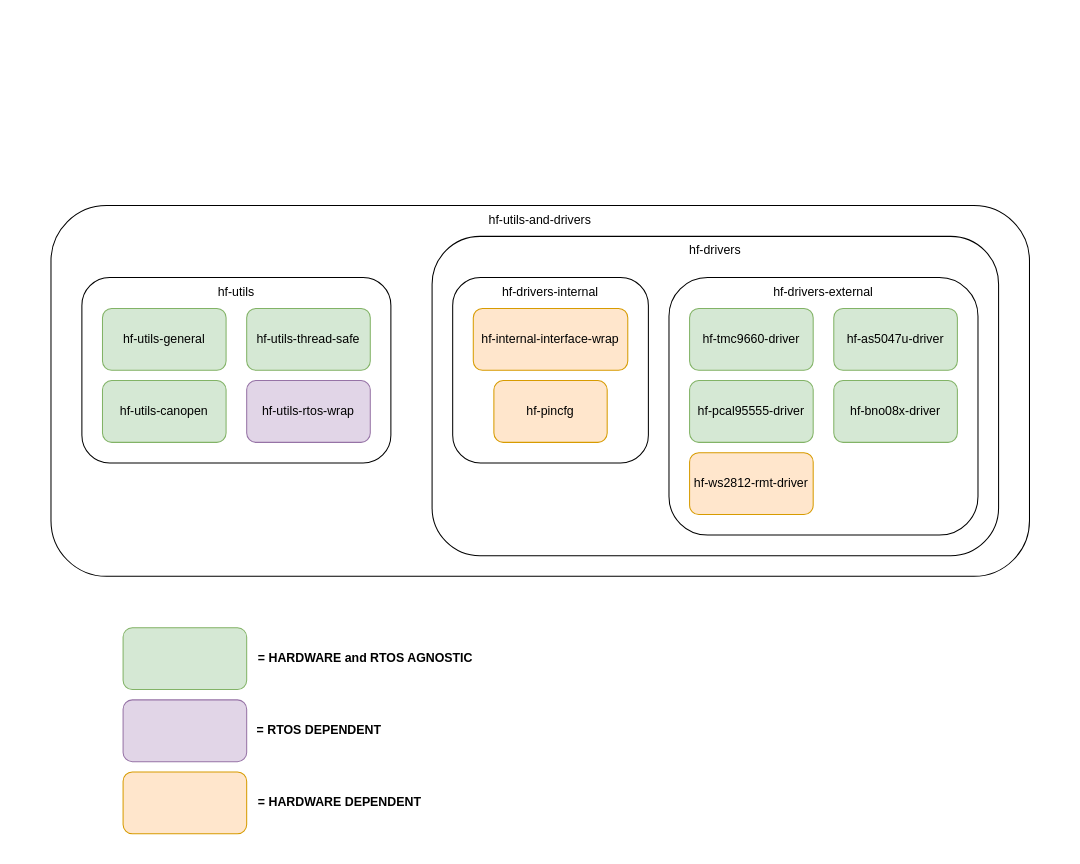
Above: Untitled Diagram.drawio in hardfoc/hf-drawio-diag (draw.io), before the change. Source tidied: cells renumbered, new cells numbered last; positions are measured from the earlier drawing's top-left corner, leaving out a move shared by most shapes. Both pictures are drawn from the tidied source at 103%, with x=0, y=0 at pixel (50, 205).
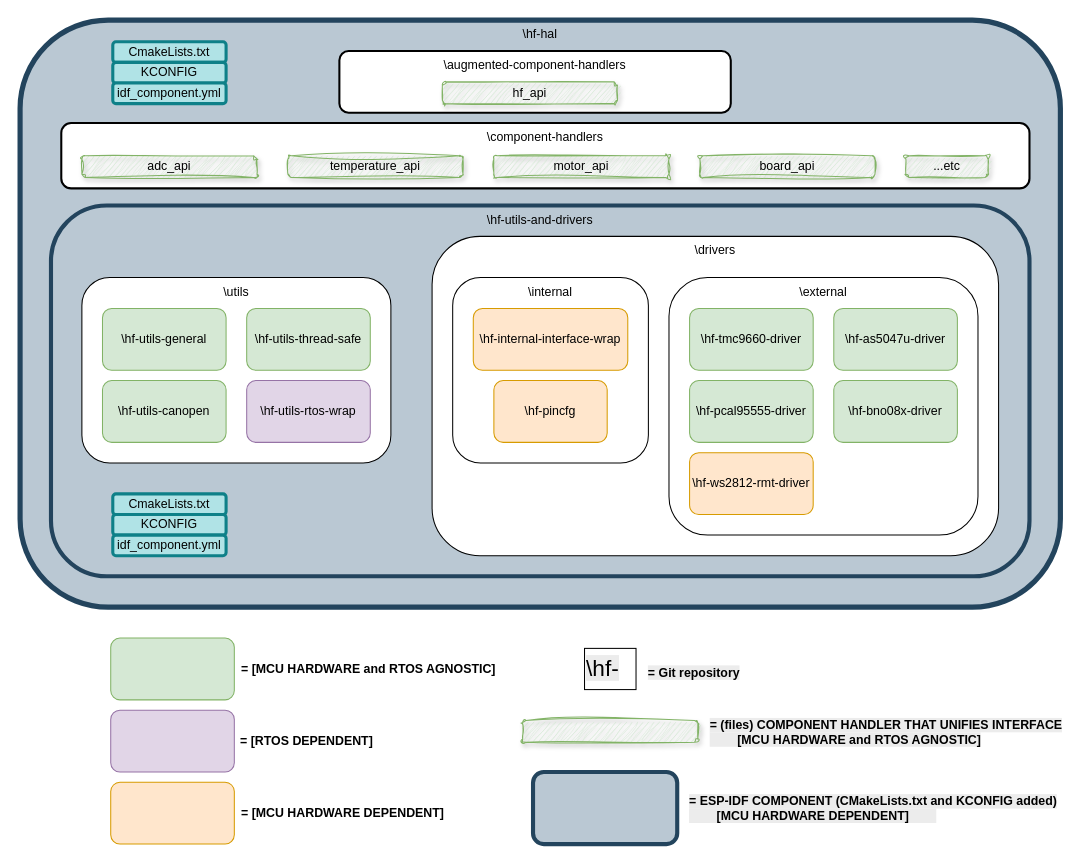
The same diagram, later.

Unchanged cells that the change refers to:
```xml
<mxCell id="11" style="group;" parent="9" vertex="1">
  <mxGeometry x="20" y="40" width="190" height="180" as="geometry" />
</mxCell>
<mxCell id="15" style="group;" parent="9" vertex="1">
  <mxGeometry x="230" y="40" width="300" height="250" as="geometry" />
</mxCell>
```

What changed in the source:
```diff
@@
+    <mxCell id="31" style="group;shadow=0;strokeWidth=5;" parent="1" vertex="1">
+      <mxGeometry y="-180" width="980" height="570" as="geometry" />
+    </mxCell>
+    <mxCell id="32" value="\hf-hal" style="rounded=1;whiteSpace=wrap;html=1;verticalAlign=top;fillColor=#bac8d3;strokeColor=#23445d;strokeWidth=5;" parent="31" vertex="1">
+      <mxGeometry x="-30" width="1010" height="570" as="geometry" />
+    </mxCell>
+    <mxCell id="33" value="\augmented-component-handlers" style="rounded=1;whiteSpace=wrap;html=1;labelBackgroundColor=none;verticalAlign=top;strokeWidth=2;" parent="31" vertex="1">
+      <mxGeometry x="280" y="30" width="380" height="60" as="geometry" />
+    </mxCell>
+    <mxCell id="34" style="group;strokeWidth=3;" parent="31" vertex="1">
+      <mxGeometry x="10" y="100" width="940" height="63.4" as="geometry" />
+    </mxCell>
+    <mxCell id="35" value="\component-handlers" style="rounded=1;whiteSpace=wrap;html=1;labelBackgroundColor=none;verticalAlign=top;strokeWidth=2;" parent="34" vertex="1">
+      <mxGeometry width="940" height="63.4" as="geometry" />
+    </mxCell>
+    <mxCell id="36" value="temperature_api" style="rounded=1;whiteSpace=wrap;html=1;labelBackgroundColor=none;fillColor=#d5e8d4;strokeColor=#82b366;sketch=1;curveFitting=1;jiggle=2;shadow=1;" parent="34" vertex="1">
+      <mxGeometry x="220" y="31.7" width="170" height="21.1" as="geometry" />
+    </mxCell>
+    <mxCell id="37" value="motor_api" style="rounded=1;whiteSpace=wrap;html=1;labelBackgroundColor=none;fillColor=#d5e8d4;strokeColor=#82b366;sketch=1;curveFitting=1;jiggle=2;shadow=1;" parent="34" vertex="1">
+      <mxGeometry x="420" y="31.7" width="170" height="21.1" as="geometry" />
+    </mxCell>
+    <mxCell id="38" value="adc_api" style="rounded=1;whiteSpace=wrap;html=1;labelBackgroundColor=none;fillColor=#d5e8d4;strokeColor=#82b366;sketch=1;curveFitting=1;jiggle=2;shadow=1;" parent="34" vertex="1">
+      <mxGeometry x="20" y="31.7" width="170" height="21.1" as="geometry" />
+    </mxCell>
+    <mxCell id="39" value="board_api" style="rounded=1;whiteSpace=wrap;html=1;labelBackgroundColor=none;fillColor=#d5e8d4;strokeColor=#82b366;shadow=1;sketch=1;curveFitting=1;jiggle=2;" parent="34" vertex="1">
+      <mxGeometry x="620" y="31.7" width="170" height="21.1" as="geometry" />
+    </mxCell>
+    <mxCell id="40" value="...etc" style="rounded=1;whiteSpace=wrap;html=1;labelBackgroundColor=none;fillColor=#d5e8d4;strokeColor=#82b366;sketch=1;curveFitting=1;jiggle=2;shadow=1;" parent="34" vertex="1">
+      <mxGeometry x="820" y="31.7" width="80" height="21.1" as="geometry" />
+    </mxCell>
+    <mxCell id="41" value="hf_api" style="rounded=1;whiteSpace=wrap;html=1;labelBackgroundColor=none;fillColor=#d5e8d4;strokeColor=#82b366;sketch=1;curveFitting=1;jiggle=2;shadow=1;" parent="31" vertex="1">
+      <mxGeometry x="380" y="60" width="170" height="21.1" as="geometry" />
+    </mxCell>
+    <mxCell id="42" style="group;" parent="31" vertex="1">
+      <mxGeometry x="60" y="21.1" width="110" height="60" as="geometry" />
+    </mxCell>
+    <mxCell id="43" value="CmakeLists.txt" style="rounded=1;whiteSpace=wrap;html=1;fillColor=#b0e3e6;strokeColor=#0e8088;strokeWidth=3;" parent="42" vertex="1">
+      <mxGeometry width="110" height="20" as="geometry" />
+    </mxCell>
+    <mxCell id="44" value="KCONFIG" style="rounded=1;whiteSpace=wrap;html=1;fillColor=#b0e3e6;strokeColor=#0e8088;strokeWidth=3;" parent="42" vertex="1">
+      <mxGeometry y="20" width="110" height="20" as="geometry" />
+    </mxCell>
+    <mxCell id="45" value="idf_component.yml" style="rounded=1;whiteSpace=wrap;html=1;fillColor=#b0e3e6;strokeColor=#0e8088;strokeWidth=3;" parent="42" vertex="1">
+      <mxGeometry y="40" width="110" height="20" as="geometry" />
+    </mxCell>
-    <mxCell id="2" value="hf-utils-and-drivers" style="rounded=1;whiteSpace=wrap;html=1;verticalAlign=top;" parent="1" vertex="1">
+    <mxCell id="2" value="\hf-utils-and-drivers" style="rounded=1;whiteSpace=wrap;html=1;verticalAlign=top;fillColor=#bac8d3;strokeColor=#23445d;strokeWidth=4;" parent="1" vertex="1">
       <mxGeometry width="950" height="360" as="geometry" />
     </mxCell>
-    <mxCell id="3" style="group;" parent="1" vertex="1">
+    <mxCell id="3" style="group;strokeWidth=5;" parent="1" vertex="1">
       <mxGeometry x="30" y="70" width="300" height="180" as="geometry" />
     </mxCell>
-    <mxCell id="4" value="hf-utils" style="rounded=1;whiteSpace=wrap;html=1;verticalAlign=top;" parent="3" vertex="1">
+    <mxCell id="4" value="\utils" style="rounded=1;whiteSpace=wrap;html=1;verticalAlign=top;" parent="3" vertex="1">
       <mxGeometry width="300" height="180" as="geometry" />
     </mxCell>
-    <mxCell id="5" value="hf-utils-thread-safe" style="rounded=1;whiteSpace=wrap;html=1;fillColor=#d5e8d4;strokeColor=#82b366;" parent="3" vertex="1">
+    <mxCell id="5" value="\hf-utils-thread-safe" style="rounded=1;whiteSpace=wrap;html=1;fillColor=#d5e8d4;strokeColor=#82b366;" parent="3" vertex="1">
       <mxGeometry x="160" y="30" width="120" height="60" as="geometry" />
     </mxCell>
-    <mxCell id="6" value="hf-utils-general" style="rounded=1;whiteSpace=wrap;html=1;labelBackgroundColor=none;fillColor=#d5e8d4;strokeColor=#82b366;" parent="3" vertex="1">
+    <mxCell id="6" value="\hf-utils-general" style="rounded=1;whiteSpace=wrap;html=1;labelBackgroundColor=none;fillColor=#d5e8d4;strokeColor=#82b366;glass=0;shadow=0;" parent="3" vertex="1">
       <mxGeometry x="20" y="30" width="120" height="60" as="geometry" />
     </mxCell>
-    <mxCell id="7" value="hf-utils-canopen" style="rounded=1;whiteSpace=wrap;html=1;fillColor=#d5e8d4;strokeColor=#82b366;" parent="3" vertex="1">
+    <mxCell id="7" value="\hf-utils-canopen" style="rounded=1;whiteSpace=wrap;html=1;fillColor=#d5e8d4;strokeColor=#82b366;" parent="3" vertex="1">
       <mxGeometry x="20" y="100" width="120" height="60" as="geometry" />
     </mxCell>
-    <mxCell id="8" value="hf-utils-rtos-wrap" style="rounded=1;whiteSpace=wrap;html=1;fillColor=#e1d5e7;strokeColor=#9673a6;" parent="3" vertex="1">
+    <mxCell id="8" value="\hf-utils-rtos-wrap" style="rounded=1;whiteSpace=wrap;html=1;fillColor=#e1d5e7;strokeColor=#9673a6;" parent="3" vertex="1">
       <mxGeometry x="160" y="100" width="120" height="60" as="geometry" />
     </mxCell>
-    <mxCell id="9" style="group;" parent="1" vertex="1">
+    <mxCell id="9" style="group;strokeWidth=5;" parent="1" vertex="1">
       <mxGeometry x="370" y="30" width="550" height="310" as="geometry" />
     </mxCell>
-    <mxCell id="10" value="hf-drivers" style="rounded=1;whiteSpace=wrap;html=1;verticalAlign=top;" parent="9" vertex="1">
+    <mxCell id="10" value="\drivers" style="rounded=1;whiteSpace=wrap;html=1;verticalAlign=top;" parent="9" vertex="1">
       <mxGeometry width="550" height="310" as="geometry" />
     </mxCell>
@@
-    <mxCell id="12" value="hf-drivers-internal" style="rounded=1;whiteSpace=wrap;html=1;verticalAlign=top;" parent="11" vertex="1">
+    <mxCell id="12" value="\internal" style="rounded=1;whiteSpace=wrap;html=1;verticalAlign=top;" parent="11" vertex="1">
       <mxGeometry width="190" height="180" as="geometry" />
     </mxCell>
-    <mxCell id="13" value="hf-internal-interface-wrap" style="rounded=1;whiteSpace=wrap;html=1;fillColor=#ffe6cc;strokeColor=#d79b00;" parent="11" vertex="1">
+    <mxCell id="13" value="\hf-internal-interface-wrap" style="rounded=1;whiteSpace=wrap;html=1;fillColor=#ffe6cc;strokeColor=#d79b00;" parent="11" vertex="1">
       <mxGeometry x="20" y="30" width="150" height="60" as="geometry" />
     </mxCell>
-    <mxCell id="14" value="hf-pincfg" style="rounded=1;whiteSpace=wrap;html=1;fillColor=#ffe6cc;strokeColor=#d79b00;" parent="11" vertex="1">
+    <mxCell id="14" value="\hf-pincfg" style="rounded=1;whiteSpace=wrap;html=1;fillColor=#ffe6cc;strokeColor=#d79b00;" parent="11" vertex="1">
       <mxGeometry x="40" y="100" width="110" height="60" as="geometry" />
     </mxCell>
@@
-    <mxCell id="16" value="hf-drivers-external" style="rounded=1;whiteSpace=wrap;html=1;verticalAlign=top;" parent="15" vertex="1">
+    <mxCell id="16" value="\external" style="rounded=1;whiteSpace=wrap;html=1;verticalAlign=top;" parent="15" vertex="1">
       <mxGeometry width="300" height="250" as="geometry" />
     </mxCell>
-    <mxCell id="17" value="hf-as5047u-driver" style="rounded=1;whiteSpace=wrap;html=1;fillColor=#d5e8d4;strokeColor=#82b366;" parent="15" vertex="1">
+    <mxCell id="17" value="\hf-as5047u-driver" style="rounded=1;whiteSpace=wrap;html=1;fillColor=#d5e8d4;strokeColor=#82b366;" parent="15" vertex="1">
       <mxGeometry x="160" y="30" width="120" height="60" as="geometry" />
     </mxCell>
-    <mxCell id="18" value="hf-tmc9660-driver" style="rounded=1;whiteSpace=wrap;html=1;fillColor=#d5e8d4;strokeColor=#82b366;" parent="15" vertex="1">
+    <mxCell id="18" value="\hf-tmc9660-driver" style="rounded=1;whiteSpace=wrap;html=1;fillColor=#d5e8d4;strokeColor=#82b366;" parent="15" vertex="1">
       <mxGeometry x="20" y="30" width="120" height="60" as="geometry" />
     </mxCell>
-    <mxCell id="19" value="hf-pcal95555-driver" style="rounded=1;whiteSpace=wrap;html=1;fillColor=#d5e8d4;strokeColor=#82b366;" parent="15" vertex="1">
+    <mxCell id="19" value="\hf-pcal95555-driver" style="rounded=1;whiteSpace=wrap;html=1;fillColor=#d5e8d4;strokeColor=#82b366;" parent="15" vertex="1">
       <mxGeometry x="20" y="100" width="120" height="60" as="geometry" />
     </mxCell>
-    <mxCell id="20" value="hf-bno08x-driver" style="rounded=1;whiteSpace=wrap;html=1;fillColor=#d5e8d4;strokeColor=#82b366;" parent="15" vertex="1">
+    <mxCell id="20" value="\hf-bno08x-driver" style="rounded=1;whiteSpace=wrap;html=1;fillColor=#d5e8d4;strokeColor=#82b366;" parent="15" vertex="1">
       <mxGeometry x="160" y="100" width="120" height="60" as="geometry" />
     </mxCell>
-    <mxCell id="21" value="hf-ws2812-rmt-driver" style="rounded=1;whiteSpace=wrap;html=1;fillColor=#ffe6cc;strokeColor=#d79b00;" parent="15" vertex="1">
+    <mxCell id="21" value="\hf-ws2812-rmt-driver" style="rounded=1;whiteSpace=wrap;html=1;fillColor=#ffe6cc;strokeColor=#d79b00;" parent="15" vertex="1">
       <mxGeometry x="20" y="170" width="120" height="60" as="geometry" />
     </mxCell>
     <mxCell id="22" style="group;" parent="1" vertex="1">
-      <mxGeometry x="70" y="480" width="260" height="60" as="geometry" />
+      <mxGeometry x="58" y="490" width="265" height="60" as="geometry" />
     </mxCell>
@@
-    <mxCell id="24" value="&lt;b&gt;= RTOS DEPENDENT&lt;/b&gt;" style="text;html=1;align=center;verticalAlign=middle;strokeColor=none;fillColor=none;" parent="22" vertex="1">
-      <mxGeometry x="120" y="15" width="140" height="30" as="geometry" />
+    <mxCell id="24" value="&lt;b&gt;= [RTOS DEPENDENT]&lt;/b&gt;" style="text;html=1;align=center;verticalAlign=middle;strokeColor=none;fillColor=none;" parent="22" vertex="1">
+      <mxGeometry x="115" y="15" width="150" height="30" as="geometry" />
     </mxCell>
     <mxCell id="25" style="group;" parent="1" vertex="1">
-      <mxGeometry x="70" y="550" width="300" height="60" as="geometry" />
+      <mxGeometry x="58" y="560" width="335" height="60" as="geometry" />
     </mxCell>
@@
-    <mxCell id="27" value="&lt;b&gt;= HARDWARE DEPENDENT&lt;/b&gt;" style="text;html=1;align=center;verticalAlign=middle;strokeColor=none;fillColor=none;" parent="25" vertex="1">
-      <mxGeometry x="120" y="15" width="180" height="30" as="geometry" />
+    <mxCell id="27" value="&lt;b&gt;= [MCU HARDWARE DEPENDENT]&lt;/b&gt;" style="text;html=1;align=center;verticalAlign=middle;strokeColor=none;fillColor=none;" parent="25" vertex="1">
+      <mxGeometry x="115" y="15" width="220" height="30" as="geometry" />
     </mxCell>
     <mxCell id="28" style="group;" parent="1" vertex="1">
-      <mxGeometry x="70" y="410" width="350" height="60" as="geometry" />
+      <mxGeometry x="58" y="420" width="385" height="60" as="geometry" />
     </mxCell>
@@
-    <mxCell id="30" value="&lt;b&gt;= HARDWARE and RTOS AGNOSTIC&lt;/b&gt;" style="text;html=1;align=center;verticalAlign=middle;strokeColor=none;fillColor=none;" parent="28" vertex="1">
-      <mxGeometry x="120" y="15" width="230" height="30" as="geometry" />
+    <mxCell id="30" value="&lt;b&gt;= [MCU HARDWARE and RTOS AGNOSTIC]&lt;/b&gt;" style="text;html=1;align=center;verticalAlign=middle;strokeColor=none;fillColor=none;" parent="28" vertex="1">
+      <mxGeometry x="115" y="15" width="270" height="30" as="geometry" />
     </mxCell>
+    <mxCell id="46" style="group;" parent="1" vertex="1">
+      <mxGeometry x="518" y="430" width="300" height="50" as="geometry" />
+    </mxCell>
+    <mxCell id="47" value="&lt;span style=&quot;color: rgb(0, 0, 0); font-family: Helvetica; font-style: normal; font-variant-ligatures: normal; font-variant-caps: normal; font-weight: 400; letter-spacing: normal; orphans: 2; text-align: center; text-indent: 0px; text-transform: none; widows: 2; word-spacing: 0px; -webkit-text-stroke-width: 0px; white-space: normal; background-color: rgb(236, 236, 236); text-decoration-thickness: initial; text-decoration-style: initial; text-decoration-color: initial; float: none; display: inline !important;&quot;&gt;\hf-&lt;/span&gt;" style="text;whiteSpace=wrap;html=1;strokeColor=default;fontSize=22;" parent="46" vertex="1">
+      <mxGeometry width="50" height="40" as="geometry" />
+    </mxCell>
+    <mxCell id="48" value="&lt;b style=&quot;forced-color-adjust: none; color: rgb(0, 0, 0); font-family: Helvetica; font-size: 12px; font-style: normal; font-variant-ligatures: normal; font-variant-caps: normal; letter-spacing: normal; orphans: 2; text-align: center; text-indent: 0px; text-transform: none; widows: 2; word-spacing: 0px; -webkit-text-stroke-width: 0px; white-space: nowrap; background-color: rgb(236, 236, 236); text-decoration-thickness: initial; text-decoration-style: initial; text-decoration-color: initial;&quot;&gt;= Git repository&lt;/b&gt;" style="text;whiteSpace=wrap;html=1;" parent="46" vertex="1">
+      <mxGeometry x="60" y="10" width="240" height="40" as="geometry" />
+    </mxCell>
+    <mxCell id="49" style="group;" parent="1" vertex="1">
+      <mxGeometry x="458" y="500" width="435" height="40" as="geometry" />
+    </mxCell>
+    <mxCell id="50" style="rounded=1;whiteSpace=wrap;html=1;labelBackgroundColor=none;fillColor=#d5e8d4;strokeColor=#82b366;sketch=1;curveFitting=1;jiggle=2;shadow=1;" parent="49" vertex="1">
+      <mxGeometry width="170" height="21.1" as="geometry" />
+    </mxCell>
+    <mxCell id="51" value="&lt;b style=&quot;forced-color-adjust: none; color: rgb(0, 0, 0); font-family: Helvetica; font-size: 12px; font-style: normal; font-variant-ligatures: normal; font-variant-caps: normal; letter-spacing: normal; orphans: 2; text-align: center; text-indent: 0px; text-transform: none; widows: 2; word-spacing: 0px; -webkit-text-stroke-width: 0px; white-space: nowrap; background-color: rgb(236, 236, 236); text-decoration-thickness: initial; text-decoration-style: initial; text-decoration-color: initial;&quot;&gt;= (files) COMPONENT HANDLER THAT UNIFIES INTERFACE&lt;br&gt;&lt;b&gt;&lt;span style=&quot;white-space: pre;&quot;&gt;&#9;&lt;/span&gt;[MCU HARDWARE and RTOS AGNOSTIC]&lt;/b&gt;&lt;/b&gt;" style="text;whiteSpace=wrap;html=1;" parent="49" vertex="1">
+      <mxGeometry x="180" y="-9.4" width="240" height="40" as="geometry" />
+    </mxCell>
+    <mxCell id="52" style="group;" parent="1" vertex="1">
+      <mxGeometry x="448" y="540" width="415" height="80" as="geometry" />
+    </mxCell>
+    <mxCell id="53" style="rounded=1;whiteSpace=wrap;html=1;verticalAlign=top;fillColor=#bac8d3;strokeColor=#23445d;strokeWidth=4;" parent="52" vertex="1">
+      <mxGeometry x="20" y="10" width="140" height="70" as="geometry" />
+    </mxCell>
+    <mxCell id="54" value="&lt;b style=&quot;forced-color-adjust: none; color: rgb(0, 0, 0); font-family: Helvetica; font-size: 12px; font-style: normal; font-variant-ligatures: normal; font-variant-caps: normal; letter-spacing: normal; orphans: 2; text-align: center; text-indent: 0px; text-transform: none; widows: 2; word-spacing: 0px; -webkit-text-stroke-width: 0px; white-space: nowrap; background-color: rgb(236, 236, 236); text-decoration-thickness: initial; text-decoration-style: initial; text-decoration-color: initial;&quot;&gt;= ESP-IDF COMPONENT (CMakeLists.txt and KCONFIG added)&lt;br&gt;&lt;/b&gt;&lt;div&gt;&lt;b style=&quot;forced-color-adjust: none; color: rgb(0, 0, 0); font-family: Helvetica; font-size: 12px; font-style: normal; font-variant-ligatures: normal; font-variant-caps: normal; letter-spacing: normal; orphans: 2; text-align: center; text-indent: 0px; text-transform: none; widows: 2; word-spacing: 0px; -webkit-text-stroke-width: 0px; white-space: nowrap; background-color: rgb(236, 236, 236); text-decoration-thickness: initial; text-decoration-style: initial; text-decoration-color: initial;&quot;&gt;&lt;b style=&quot;color: rgb(0, 0, 0); background-color: rgb(236, 236, 236);&quot;&gt;&lt;b&gt;&lt;span style=&quot;white-space: pre;&quot;&gt;&#9;&lt;/span&gt;[MCU HARDWARE DEPENDENT]&lt;/b&gt;&lt;/b&gt;&lt;span style=&quot;white-space: pre;&quot;&gt;&#9;&lt;/span&gt;&lt;/b&gt;&lt;/div&gt;" style="text;whiteSpace=wrap;html=1;" parent="52" vertex="1">
+      <mxGeometry x="170" y="25" width="240" height="40" as="geometry" />
+    </mxCell>
+    <mxCell id="55" style="group;" parent="1" vertex="1">
+      <mxGeometry x="60" y="280" width="110" height="60" as="geometry" />
+    </mxCell>
+    <mxCell id="56" value="CmakeLists.txt" style="rounded=1;whiteSpace=wrap;html=1;fillColor=#b0e3e6;strokeColor=#0e8088;strokeWidth=3;" parent="55" vertex="1">
+      <mxGeometry width="110" height="20" as="geometry" />
+    </mxCell>
+    <mxCell id="57" value="KCONFIG" style="rounded=1;whiteSpace=wrap;html=1;fillColor=#b0e3e6;strokeColor=#0e8088;strokeWidth=3;" parent="55" vertex="1">
+      <mxGeometry y="20" width="110" height="20" as="geometry" />
+    </mxCell>
+    <mxCell id="58" value="idf_component.yml" style="rounded=1;whiteSpace=wrap;html=1;fillColor=#b0e3e6;strokeColor=#0e8088;strokeWidth=3;" parent="55" vertex="1">
+      <mxGeometry y="40" width="110" height="20" as="geometry" />
+    </mxCell>
```
